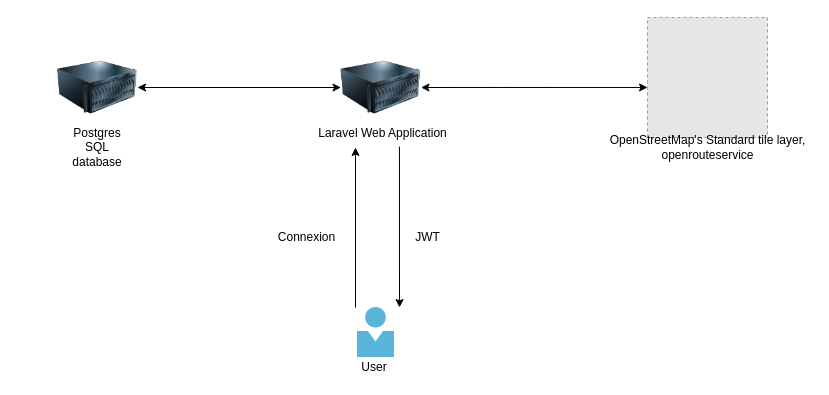
The draw.io diagram architecture.drawio in CoWebTurage/CoWebTurage, before the edit. Source tidied: cells renumbered, new cells numbered last; positions are measured from the earlier drawing's top-left corner, leaving out a move shared by most shapes. Both pictures are drawn from the tidied source at 100%, with x=0, y=0 at pixel (57, 17). Pictures stored in the file or linked from it are replaced by grey dashed boxes.
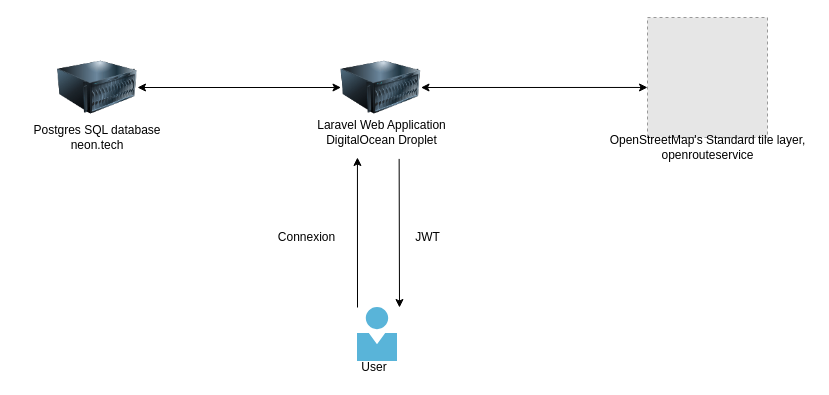
After the change.

Change to the diagram source:
```diff
@@
 <mxGraphModel>
   <root>
     <mxCell id="0" />
     <mxCell id="1" parent="0" />
     <mxCell id="2" style="image;html=1;image=img/lib/clip_art/computers/Server_128x128.png;" parent="1" vertex="1">
       <mxGeometry x="283.5" y="30" width="80" height="80" as="geometry" />
     </mxCell>
     <mxCell id="3" style="image;html=1;image=img/lib/clip_art/computers/Server_128x128.png;" parent="1" vertex="1">
       <mxGeometry y="30" width="80" height="80" as="geometry" />
     </mxCell>
     <mxCell id="4" style="html=1;align=center;image;fontSize=12;image=img/lib/mscae/Person.svg;" parent="1" vertex="1">
-      <mxGeometry x="300" y="290" width="37" height="50" as="geometry" />
+      <mxGeometry x="300" y="290" width="40" height="54" as="geometry" />
     </mxCell>
     <mxCell id="5" value="User" style="text;html=1;strokeColor=none;fillColor=none;align=center;verticalAlign=middle;whiteSpace=wrap;rounded=0;" parent="1" vertex="1">
       <mxGeometry x="297" y="340" width="40" height="20" as="geometry" />
     </mxCell>
-    <mxCell id="6" value="Laravel Web Application" style="text;html=1;align=center;verticalAlign=middle;points=[];" parent="1" vertex="1">
-      <mxGeometry x="255" y="106" width="140" height="20" as="geometry" />
+    <mxCell id="6" value="Laravel Web Application&lt;br&gt;DigitalOcean Droplet" style="text;html=1;align=center;verticalAlign=middle;points=[];" parent="1" vertex="1">
+      <mxGeometry x="248.5" y="90" width="150" height="50" as="geometry" />
     </mxCell>
-    <mxCell id="7" value="Postgres SQL database" style="text;html=1;strokeColor=none;fillColor=none;align=center;verticalAlign=middle;whiteSpace=wrap;rounded=0;" parent="1" vertex="1">
-      <mxGeometry x="20" y="120" width="40" height="20" as="geometry" />
+    <mxCell id="7" value="Postgres SQL database&lt;br&gt;neon.tech" style="text;html=1;strokeColor=none;fillColor=none;align=center;verticalAlign=middle;whiteSpace=wrap;rounded=0;" parent="1" vertex="1">
+      <mxGeometry x="-40" y="100" width="160" height="40" as="geometry" />
     </mxCell>
     <mxCell id="8" style="fillColor=#E6E6E6;strokeColor=#999999;dashed=1;verticalLabelPosition=bottom;verticalAlign=top;" parent="1" vertex="1">
       <mxGeometry x="590" width="120" height="120" as="geometry" />
     </mxCell>
     <mxCell id="9" value="OpenStreetMap's Standard tile layer, &lt;br&gt;openrouteservice" style="text;html=1;align=center;verticalAlign=middle;" parent="1" vertex="1">
       <mxGeometry x="545" y="115" width="210" height="30" as="geometry" />
     </mxCell>
-    <mxCell id="10" style="endArrow=classic;html=1;" parent="1" edge="1">
+    <mxCell id="10" style="endArrow=classic;html=1;entryX=0.343;entryY=1;entryDx=0;entryDy=0;entryPerimeter=0;" parent="1" edge="1" target="6">
       <mxGeometry relative="1" as="geometry">
-        <mxPoint x="298" y="290" as="sourcePoint" />
-        <mxPoint x="298" y="130" as="targetPoint" />
+        <mxPoint x="300" y="290" as="sourcePoint" />
       </mxGeometry>
     </mxCell>
     <mxCell id="11" value="Connexion" style="text;html=1;align=center;verticalAlign=middle;" parent="1" vertex="1">
       <mxGeometry x="213.5" y="210" width="70" height="20" as="geometry" />
     </mxCell>
-    <mxCell id="12" style="endArrow=classic;html=1;exitX=0.621;exitY=1.15;exitDx=0;exitDy=0;exitPerimeter=0;" parent="1" edge="1" source="6">
+    <mxCell id="12" style="endArrow=classic;html=1;exitX=0.621;exitY=1.028;exitDx=0;exitDy=0;exitPerimeter=0;" parent="1" edge="1" source="6">
       <mxGeometry relative="1" as="geometry">
         <mxPoint x="342" y="290" as="targetPoint" />
       </mxGeometry>
     </mxCell>
     <mxCell id="13" value="JWT" style="text;html=1;align=center;verticalAlign=middle;" parent="1" vertex="1">
       <mxGeometry x="350" y="210" width="40" height="20" as="geometry" />
     </mxCell>
     <mxCell id="14" style="endArrow=classic;startArrow=classic;html=1;exitX=1;exitY=0.5;exitDx=0;exitDy=0;entryX=0;entryY=0.583;entryDx=0;entryDy=0;entryPerimeter=0;" parent="1" edge="1" source="2" target="8">
       <mxGeometry relative="1" as="geometry" />
     </mxCell>
     <mxCell id="15" style="endArrow=classic;startArrow=classic;html=1;exitX=1;exitY=0.5;exitDx=0;exitDy=0;entryX=0;entryY=0.5;entryDx=0;entryDy=0;" parent="1" edge="1" source="3" target="2">
       <mxGeometry relative="1" as="geometry" />
     </mxCell>
   </root>
 </mxGraphModel>
```
